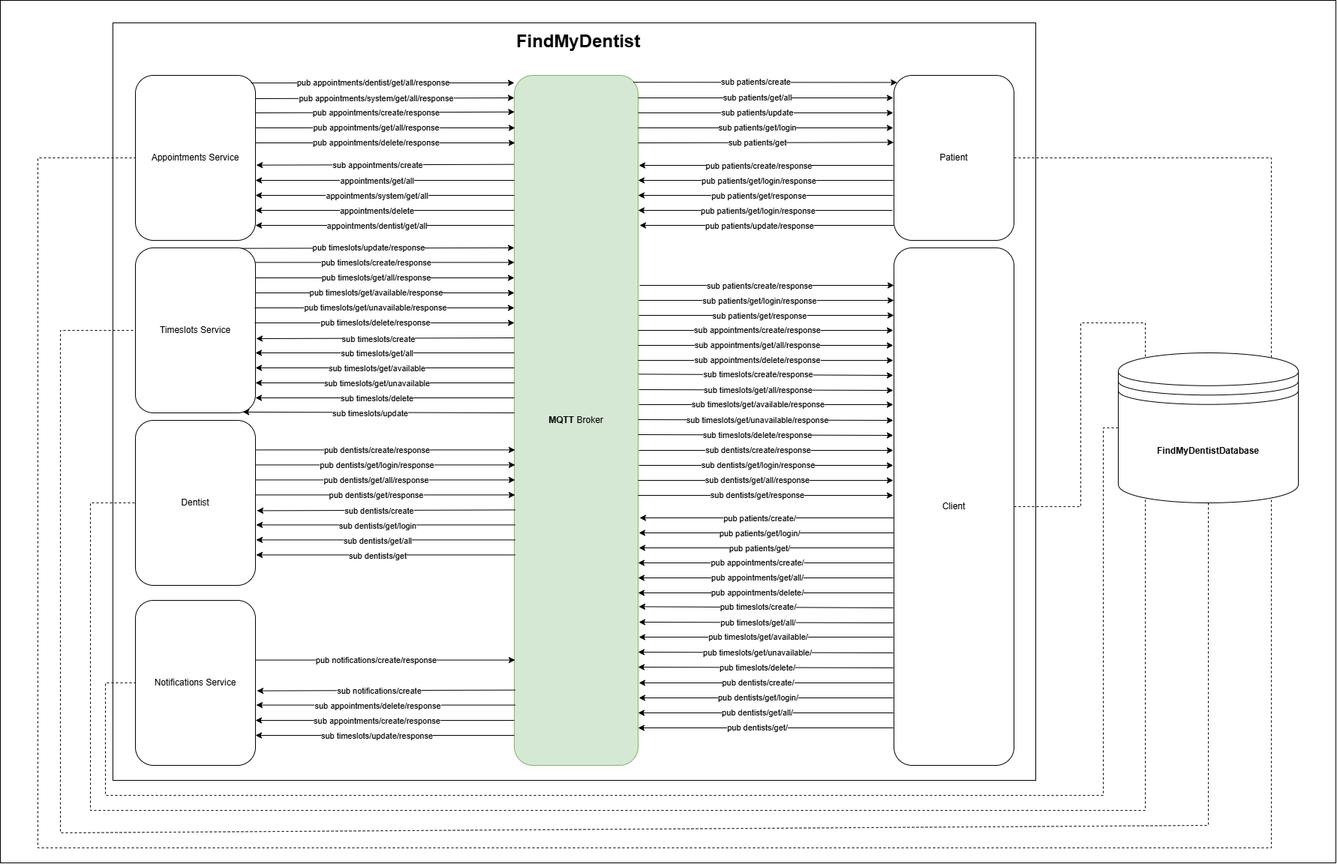
Before: docs/MQTTDiagram.png, a diagram exported from draw.io (P4FFos/FindMyDentist). Source tidied: cells renumbered, new cells last; positions are measured from the earlier drawing's top-left corner, leaving out a move shared by most shapes.
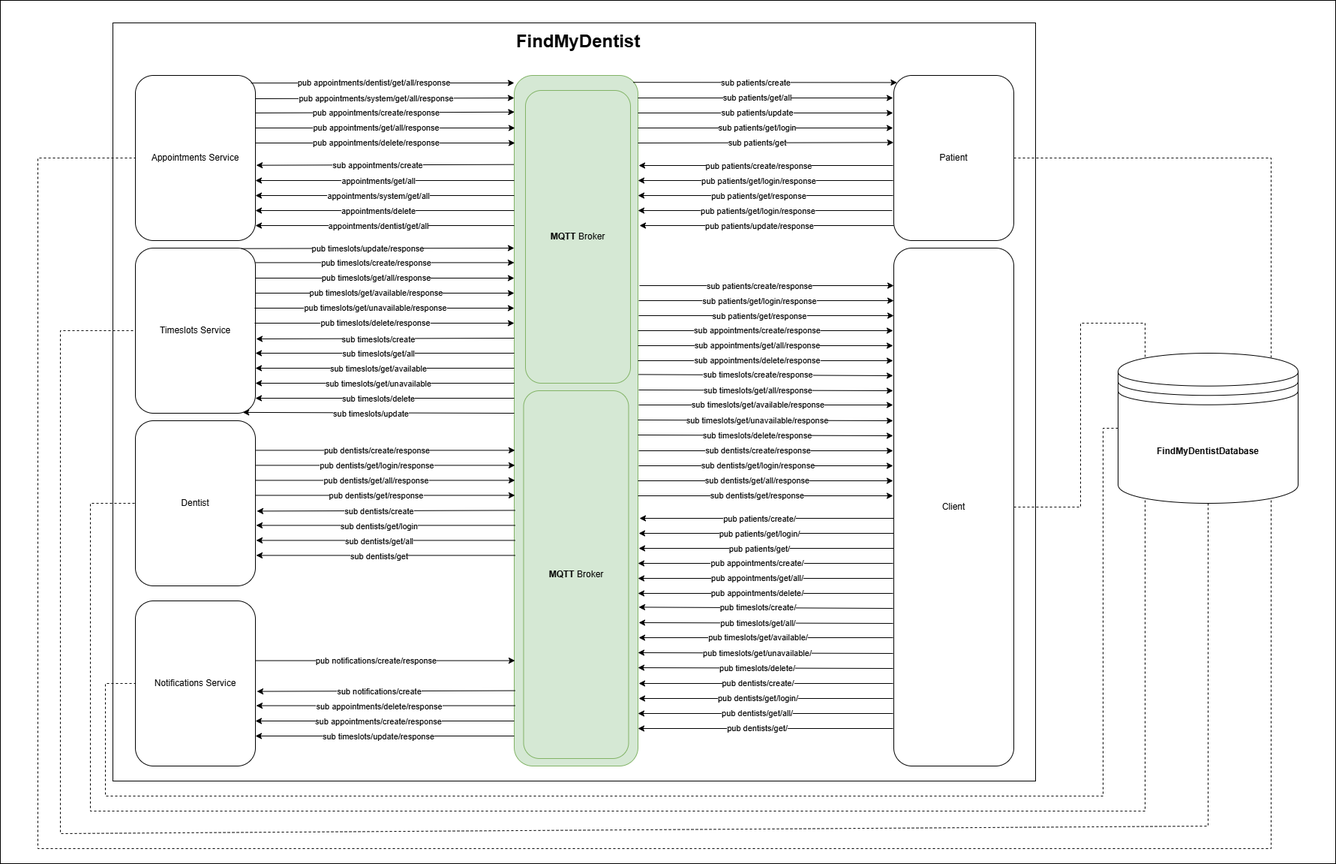
Above is the later version.

Diff of the diagram source:
```diff
@@ -8,7 +8,7 @@
     <mxCell id="3" style="rounded=0;whiteSpace=wrap;html=1;" parent="1" vertex="1">
       <mxGeometry x="150" y="30" width="1230" height="1010" as="geometry" />
     </mxCell>
-    <mxCell id="4" value="&lt;b style=&quot;&quot;&gt;MQTT&lt;/b&gt; Broker" style="rounded=1;whiteSpace=wrap;html=1;fillColor=#d5e8d4;strokeColor=#82b366;" parent="1" vertex="1">
+    <mxCell id="4" style="rounded=1;whiteSpace=wrap;html=1;fillColor=#d5e8d4;strokeColor=#82b366;" parent="1" vertex="1">
       <mxGeometry x="685" y="100" width="165" height="920" as="geometry" />
     </mxCell>
     <mxCell id="5" value="&lt;span style=&quot;font-size: 24px;&quot;&gt;&lt;b&gt;FindMyDentist&lt;/b&gt;&lt;/span&gt;" style="text;html=1;align=center;verticalAlign=middle;whiteSpace=wrap;rounded=0;fontSize=17;" parent="1" vertex="1">
@@ -752,5 +752,11 @@
         </Array>
       </mxGeometry>
     </mxCell>
+    <mxCell id="169" value="&lt;b style=&quot;&quot;&gt;MQTT&lt;/b&gt; Broker" style="rounded=1;whiteSpace=wrap;html=1;fillColor=#d5e8d4;strokeColor=#82b366;" parent="1" vertex="1">
+      <mxGeometry x="700" y="120" width="140" height="390" as="geometry" />
+    </mxCell>
+    <mxCell id="170" value="&lt;b style=&quot;&quot;&gt;MQTT&lt;/b&gt; Broker" style="rounded=1;whiteSpace=wrap;html=1;fillColor=#d5e8d4;strokeColor=#82b366;" parent="1" vertex="1">
+      <mxGeometry x="697.5" y="520" width="140" height="490" as="geometry" />
+    </mxCell>
   </root>
 </mxGraphModel>
```
